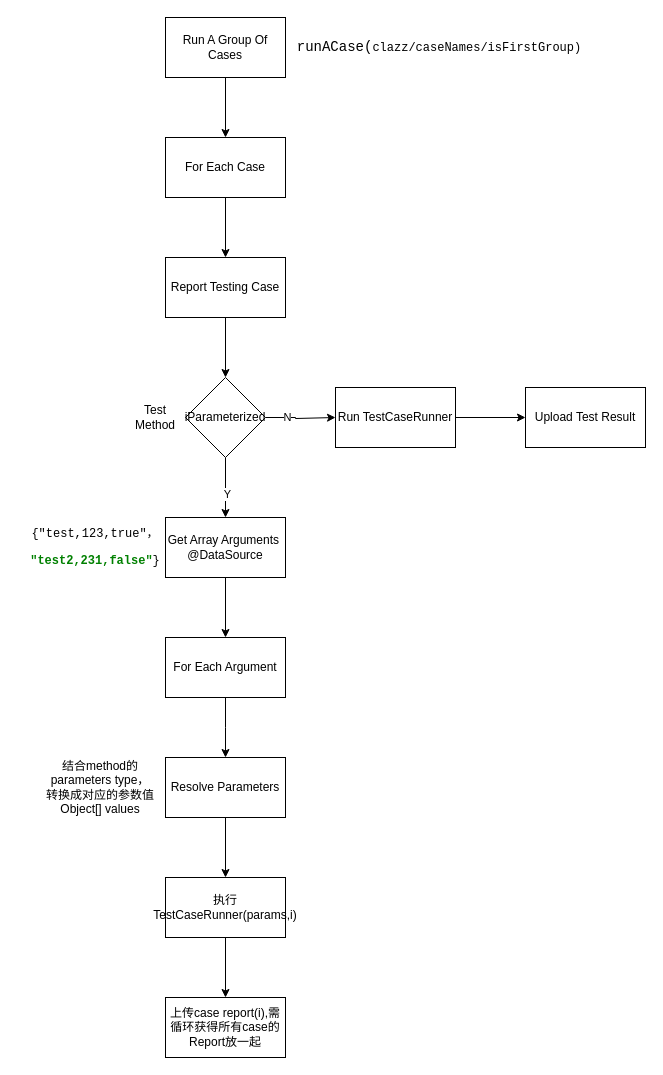
The draw.io diagram page "DataDriven" (10 of 10) of App Automation 2.0.drawio in michellec2021/appium-demo, before the edit. Source tidied: cells renumbered, new cells numbered last; positions are measured from the earlier drawing's top-left corner, leaving out a move shared by most shapes. Both pictures are drawn from the tidied source at 100%, with x=0, y=0 at pixel (45, 17).
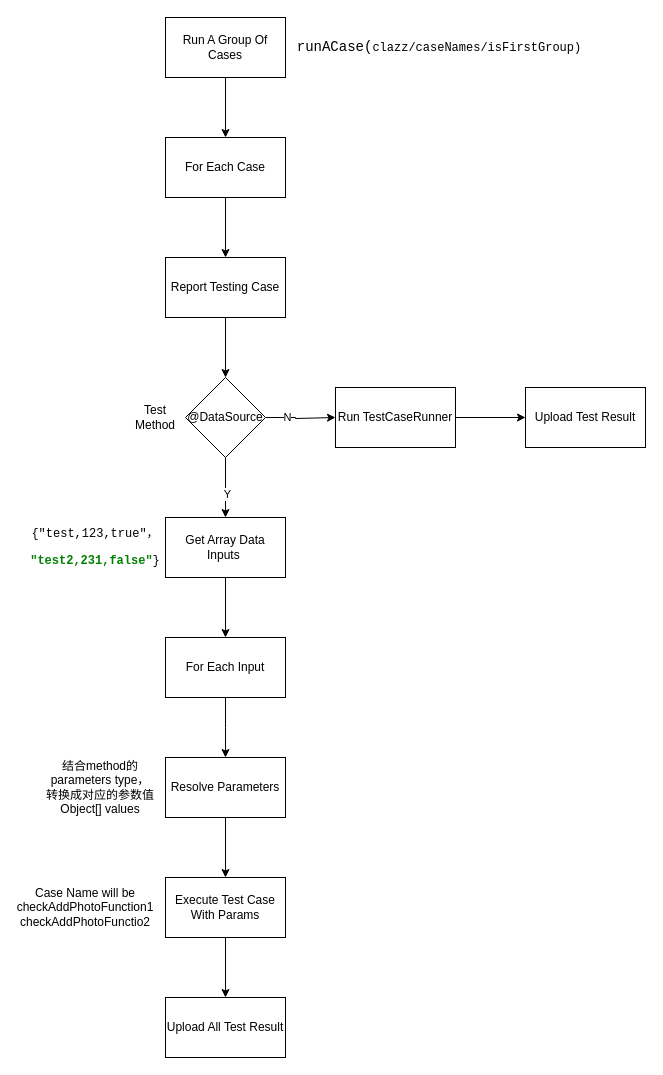
The same diagram, later.

Change to the diagram source:
```diff
@@
-    <mxCell id="8" value="iParameterized" style="rhombus;whiteSpace=wrap;html=1;" parent="1" vertex="1">
+    <mxCell id="8" value="@DataSource" style="rhombus;whiteSpace=wrap;html=1;" parent="1" vertex="1">
       <mxGeometry x="140" y="360" width="80" height="80" as="geometry" />
     </mxCell>
@@
-    <mxCell id="12" value="Get Array Arguments&amp;nbsp;&lt;br&gt;@DataSource" style="whiteSpace=wrap;html=1;" parent="1" vertex="1">
+    <mxCell id="12" value="Get Array Data Inputs&amp;nbsp;" style="whiteSpace=wrap;html=1;" parent="1" vertex="1">
       <mxGeometry x="120" y="500" width="120" height="60" as="geometry" />
     </mxCell>
@@
-    <mxCell id="22" value="For Each Argument" style="rounded=0;whiteSpace=wrap;html=1;" parent="1" vertex="1">
+    <mxCell id="22" value="For Each Input" style="rounded=0;whiteSpace=wrap;html=1;" parent="1" vertex="1">
       <mxGeometry x="120" y="620" width="120" height="60" as="geometry" />
     </mxCell>
@@
-    <mxCell id="27" value="执行TestCaseRunner(params,i)" style="rounded=0;whiteSpace=wrap;html=1;" parent="1" vertex="1">
+    <mxCell id="27" value="Execute Test Case With Params" style="rounded=0;whiteSpace=wrap;html=1;" parent="1" vertex="1">
       <mxGeometry x="120" y="860" width="120" height="60" as="geometry" />
     </mxCell>
-    <mxCell id="28" value="上传case report(i),需循环获得所有case的Report放一起" style="rounded=0;whiteSpace=wrap;html=1;" parent="1" vertex="1">
+    <mxCell id="28" value="Upload All Test Result" style="rounded=0;whiteSpace=wrap;html=1;" parent="1" vertex="1">
       <mxGeometry x="120" y="980" width="120" height="60" as="geometry" />
     </mxCell>
+    <mxCell id="29" value="Case Name will be checkAddPhotoFunction1&lt;br&gt;checkAddPhotoFunctio2" style="text;html=1;strokeColor=none;fillColor=none;align=center;verticalAlign=middle;whiteSpace=wrap;rounded=0;" parent="1" vertex="1">
+      <mxGeometry x="10" y="875" width="60" height="30" as="geometry" />
+    </mxCell>
```
